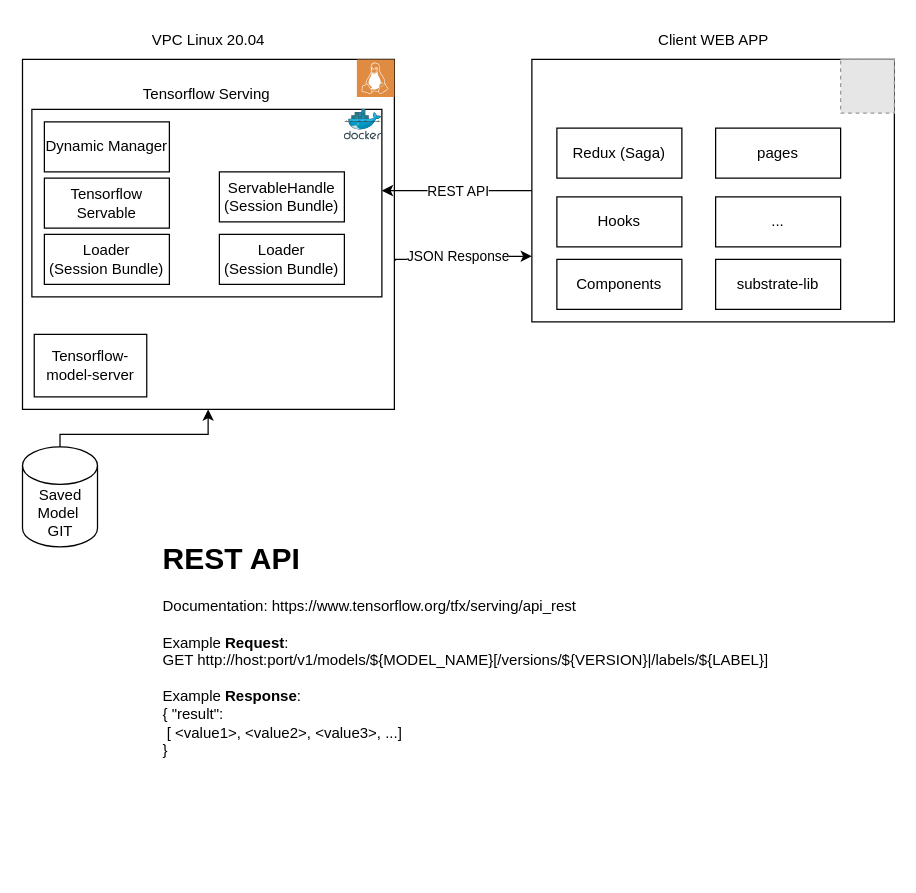
UniversalDot/documents keeps this draw.io diagram as designs/architecture/Tensorflow.drawio. Above is the earlier version. Source tidied: cells renumbered, new cells numbered last; positions are measured from the earlier drawing's top-left corner, leaving out a move shared by most shapes. Both pictures are drawn from the tidied source at 125%, with x=0, y=0 at pixel (21, 21). Pictures stored in the file or linked from it are replaced by grey dashed boxes.
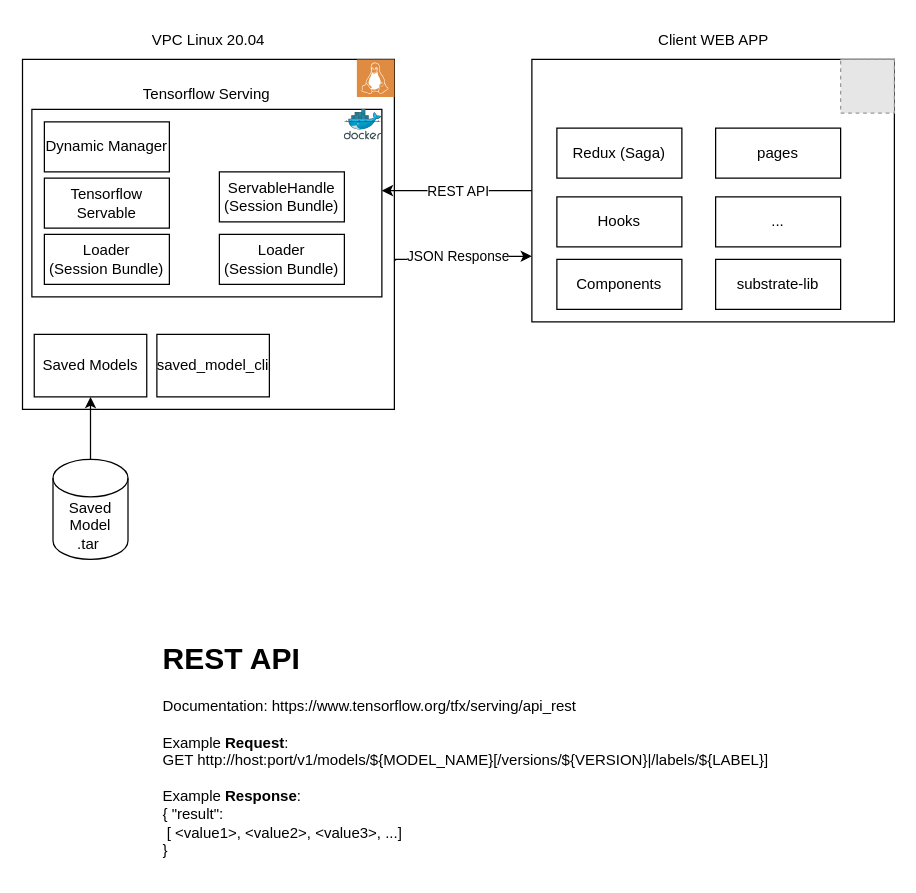
The same page after the edit.

Unchanged cells that the change refers to:
```xml
<mxCell id="5" style="rounded=0;whiteSpace=wrap;html=1;" parent="1" vertex="1">
  <mxGeometry x="0.5" y="30" width="297.5" height="280" as="geometry" />
</mxCell>
```

Diff of the diagram source:
```diff
@@
     <mxCell id="13" value="&lt;h1&gt;REST API&amp;nbsp;&lt;/h1&gt;Documentation: https://www.tensorflow.org/tfx/serving/api_rest&lt;div&gt;&lt;br&gt;&lt;/div&gt;&lt;div&gt;Example &lt;b&gt;Request&lt;/b&gt;:&lt;/div&gt;&lt;div&gt;GET http://host:port/v1/models/${MODEL_NAME}[/versions/${VERSION}|/labels/${LABEL}]&lt;br&gt;&lt;/div&gt;&lt;div&gt;&lt;br&gt;&lt;/div&gt;&lt;div&gt;Example &lt;b&gt;Response&lt;/b&gt;:&lt;/div&gt;&lt;div&gt;{ &quot;result&quot;:&amp;nbsp;&lt;/div&gt;&lt;div&gt;&lt;span style=&quot;white-space: pre;&quot;&gt; &lt;/span&gt;[ &amp;lt;value1&amp;gt;, &amp;lt;value2&amp;gt;, &amp;lt;value3&amp;gt;, ...]&amp;nbsp;&lt;/div&gt;&lt;div&gt;}&lt;br&gt;&lt;/div&gt;&lt;p&gt;&lt;br&gt;&lt;/p&gt;&lt;p&gt;&lt;br&gt;&lt;/p&gt;&lt;p&gt;&lt;br&gt;&lt;/p&gt;" style="text;html=1;strokeColor=none;fillColor=none;spacing=5;spacingTop=-20;whiteSpace=wrap;overflow=hidden;rounded=0;" parent="1" vertex="1">
-      <mxGeometry x="108" y="410" width="510" height="190" as="geometry" />
+      <mxGeometry x="108" y="490" width="510" height="190" as="geometry" />
     </mxCell>
@@
-    <mxCell id="26" value="Tensorflow-model-server" style="rounded=0;whiteSpace=wrap;html=1;" parent="1" vertex="1">
+    <mxCell id="26" value="Saved Models" style="rounded=0;whiteSpace=wrap;html=1;" parent="1" vertex="1">
       <mxGeometry x="9.9" y="250" width="90" height="50" as="geometry" />
     </mxCell>
-    <mxCell id="27" style="edgeStyle=orthogonalEdgeStyle;rounded=0;jettySize=auto;html=1;exitX=0.5;exitY=0;exitDx=0;exitDy=0;exitPerimeter=0;" parent="1" edge="1" source="28" target="5">
-      <mxGeometry relative="1" as="geometry">
-        <Array as="points">
-          <mxPoint x="31" y="330" />
-          <mxPoint x="149" y="330" />
-        </Array>
-      </mxGeometry>
-    </mxCell>
+    <mxCell id="29" style="edgeStyle=orthogonalEdgeStyle;rounded=0;jettySize=auto;html=1;entryX=0.5;entryY=1;entryDx=0;entryDy=0;" parent="1" edge="1" source="28" target="26">
+      <mxGeometry relative="1" as="geometry" />
+    </mxCell>
-    <mxCell id="28" value="Saved Model&amp;nbsp;&lt;br&gt;GIT" style="shape=cylinder3;whiteSpace=wrap;html=1;boundedLbl=1;backgroundOutline=1;size=15;" parent="1" vertex="1">
-      <mxGeometry x="0.5" y="340" width="60" height="80" as="geometry" />
+    <mxCell id="28" value="Saved Model&lt;br&gt;.tar&amp;nbsp;" style="shape=cylinder3;whiteSpace=wrap;html=1;boundedLbl=1;backgroundOutline=1;size=15;" parent="1" vertex="1">
+      <mxGeometry x="24.9" y="350" width="60" height="80" as="geometry" />
     </mxCell>
+    <mxCell id="30" value="saved_model_cli" style="rounded=0;whiteSpace=wrap;html=1;" parent="1" vertex="1">
+      <mxGeometry x="108" y="250" width="90" height="50" as="geometry" />
+    </mxCell>
```
